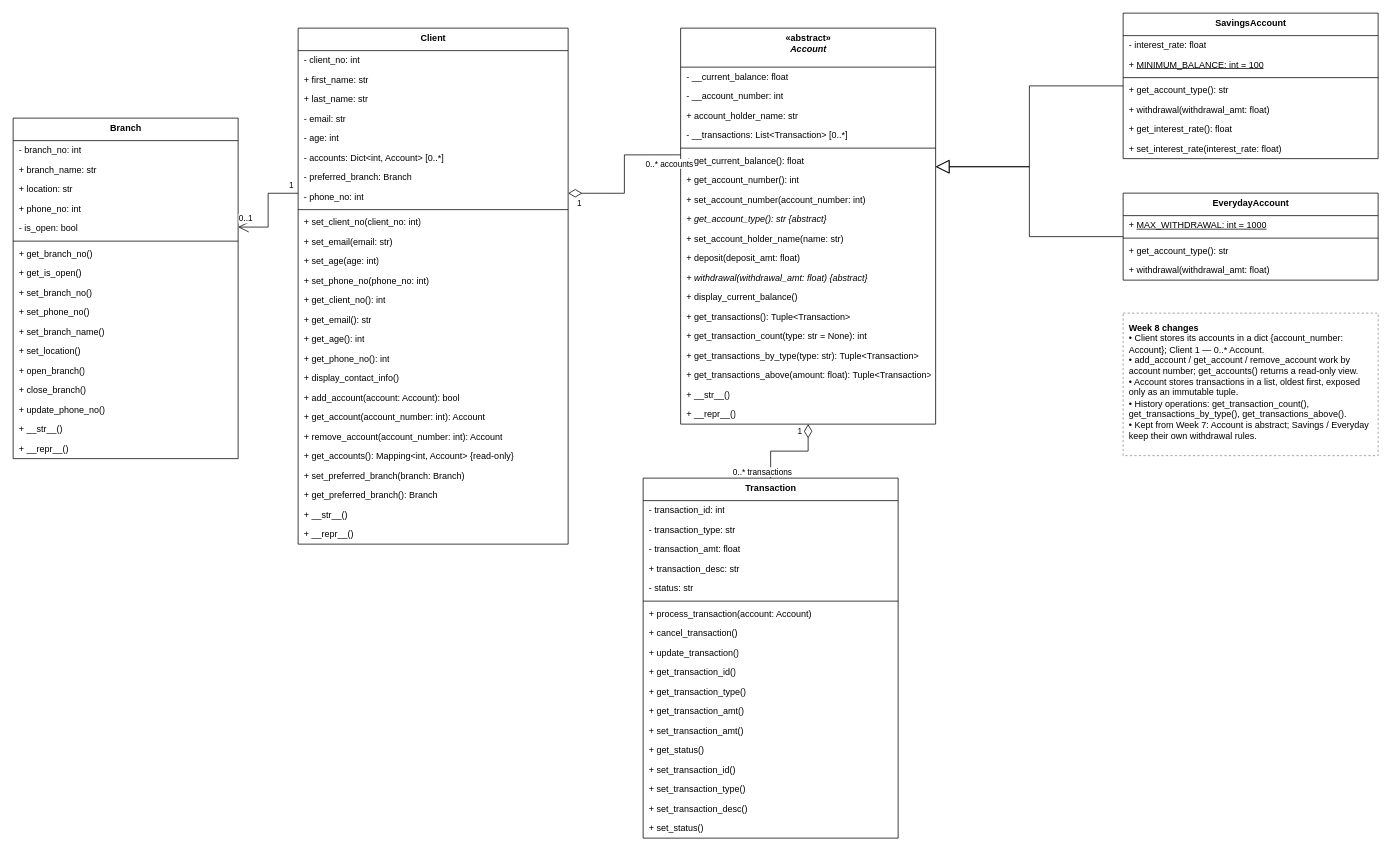
luigallarello/Project-1-OOP keeps this draw.io diagram as Project_1/Week8/week8_uml.drawio. Above is the earlier version. Source tidied: cells renumbered, new cells numbered last; positions are measured from the earlier drawing's top-left corner, leaving out a move shared by most shapes. Both pictures are drawn from the tidied source at 75%, with x=0, y=0 at pixel (13, 13).
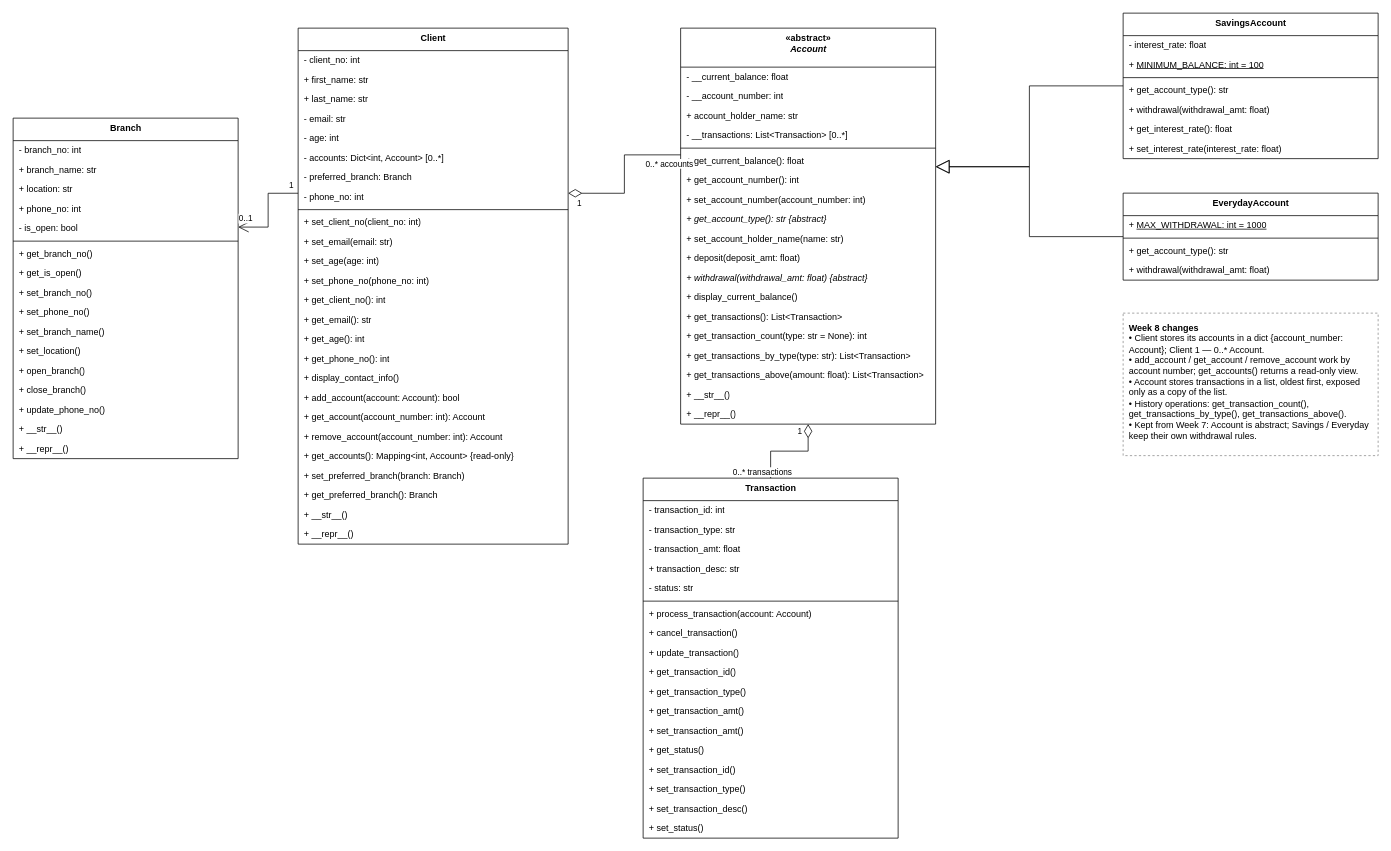
The same page after the edit.

Unchanged cells that the change refers to:
```xml
<mxCell id="46" value="«abstract»&lt;br&gt;&lt;i&gt;Account&lt;/i&gt;" style="swimlane;fontStyle=1;align=center;verticalAlign=top;horizontal=1;startSize=52;html=1;" parent="1" vertex="1">
  <mxGeometry x="890" y="20" width="340" height="528" as="geometry" />
</mxCell>
```

The edit, as a diff of the source:
```diff
@@
-    <mxCell id="90" value="&lt;b&gt;Week 8 changes&lt;/b&gt;&lt;br&gt;• Client stores its accounts in a dict {account_number: Account}; Client 1 — 0..* Account.&lt;br&gt;• add_account / get_account / remove_account work by account number; get_accounts() returns a read-only view.&lt;br&gt;• Account stores transactions in a list, oldest first, exposed only as an immutable tuple.&lt;br&gt;• History operations: get_transaction_count(), get_transactions_by_type(), get_transactions_above().&lt;br&gt;• Kept from Week 7: Account is abstract; Savings / Everyday keep their own withdrawal rules." style="text;html=1;whiteSpace=wrap;align=left;verticalAlign=top;spacing=8;strokeColor=#888888;dashed=1;fillColor=none;rounded=0;" parent="1" vertex="1">
+    <mxCell id="90" value="&lt;b&gt;Week 8 changes&lt;/b&gt;&lt;br&gt;• Client stores its accounts in a dict {account_number: Account}; Client 1 — 0..* Account.&lt;br&gt;• add_account / get_account / remove_account work by account number; get_accounts() returns a read-only view.&lt;br&gt;• Account stores transactions in a list, oldest first, exposed only as a copy of the list.&lt;br&gt;• History operations: get_transaction_count(), get_transactions_by_type(), get_transactions_above().&lt;br&gt;• Kept from Week 7: Account is abstract; Savings / Everyday keep their own withdrawal rules." style="text;html=1;whiteSpace=wrap;align=left;verticalAlign=top;spacing=8;strokeColor=#888888;dashed=1;fillColor=none;rounded=0;" parent="1" vertex="1">
       <mxGeometry x="1480" y="400" width="340" height="190" as="geometry" />
     </mxCell>
@@
-    <mxCell id="105" value="+ get_transactions(): Tuple&amp;lt;Transaction&amp;gt;" style="text;strokeColor=none;fillColor=none;align=left;verticalAlign=middle;spacingLeft=6;spacingRight=6;overflow=hidden;html=1;" parent="46" vertex="1">
+    <mxCell id="105" value="+ get_transactions(): List&amp;lt;Transaction&amp;gt;" style="text;strokeColor=none;fillColor=none;align=left;verticalAlign=middle;spacingLeft=6;spacingRight=6;overflow=hidden;html=1;" parent="46" vertex="1">
       <mxGeometry y="372" width="340" height="26" as="geometry" />
     </mxCell>
@@
-    <mxCell id="107" value="+ get_transactions_by_type(type: str): Tuple&amp;lt;Transaction&amp;gt;" style="text;strokeColor=none;fillColor=none;align=left;verticalAlign=middle;spacingLeft=6;spacingRight=6;overflow=hidden;html=1;" parent="46" vertex="1">
+    <mxCell id="107" value="+ get_transactions_by_type(type: str): List&amp;lt;Transaction&amp;gt;" style="text;strokeColor=none;fillColor=none;align=left;verticalAlign=middle;spacingLeft=6;spacingRight=6;overflow=hidden;html=1;" parent="46" vertex="1">
       <mxGeometry y="424" width="340" height="26" as="geometry" />
     </mxCell>
-    <mxCell id="108" value="+ get_transactions_above(amount: float): Tuple&amp;lt;Transaction&amp;gt;" style="text;strokeColor=none;fillColor=none;align=left;verticalAlign=middle;spacingLeft=6;spacingRight=6;overflow=hidden;html=1;" parent="46" vertex="1">
+    <mxCell id="108" value="+ get_transactions_above(amount: float): List&amp;lt;Transaction&amp;gt;" style="text;strokeColor=none;fillColor=none;align=left;verticalAlign=middle;spacingLeft=6;spacingRight=6;overflow=hidden;html=1;" parent="46" vertex="1">
       <mxGeometry y="450" width="340" height="26" as="geometry" />
     </mxCell>
```
